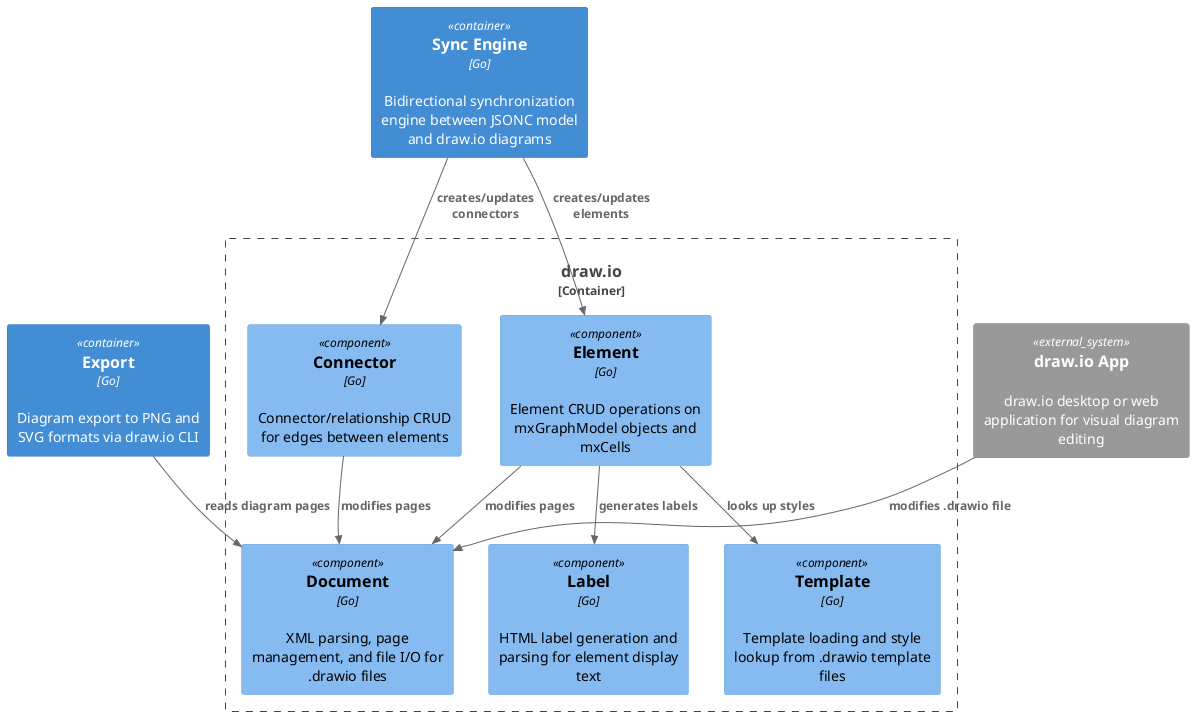
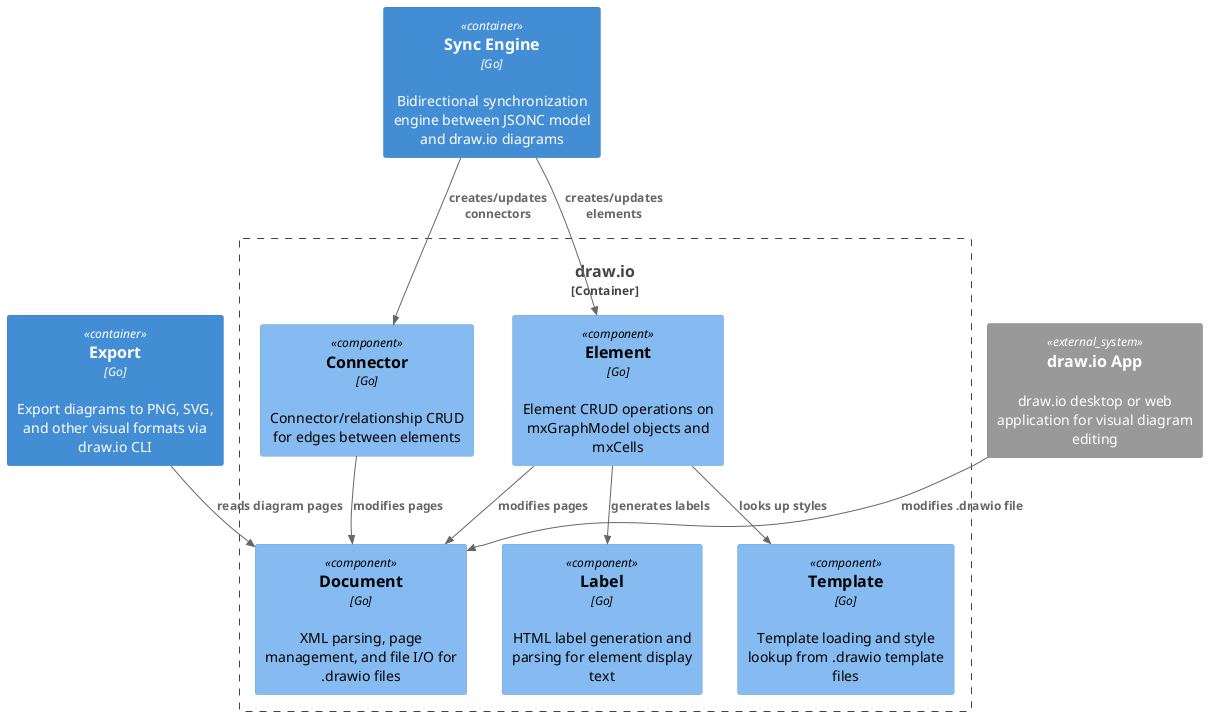
@startuml
!include <C4/C4_Component>

- Container(bausteinsicht_export, "Export", "Go", "Diagram export to PNG and SVG formats via draw.io CLI")
+ Container(bausteinsicht_export, "Export", "Go", "Export diagrams to PNG, SVG, and other visual formats via draw.io CLI")
Container(bausteinsicht_sync, "Sync Engine", "Go", "Bidirectional synchronization engine between JSONC model and draw.io diagrams")
System_Ext(drawio_app, "draw.io App", "draw.io desktop or web application for visual diagram editing")
Container_Boundary(bausteinsicht_drawio, "draw.io") {
  Component(bausteinsicht_drawio_connector, "Connector", "Go", "Connector/relationship CRUD for edges between elements")
  Component(bausteinsicht_drawio_document, "Document", "Go", "XML parsing, page management, and file I/O for .drawio files")
  Component(bausteinsicht_drawio_element, "Element", "Go", "Element CRUD operations on mxGraphModel objects and mxCells")
  Component(bausteinsicht_drawio_label, "Label", "Go", "HTML label generation and parsing for element display text")
  Component(bausteinsicht_drawio_template, "Template", "Go", "Template loading and style lookup from .drawio template files")
}

Rel(drawio_app, bausteinsicht_drawio_document, "modifies .drawio file")
Rel(bausteinsicht_sync, bausteinsicht_drawio_element, "creates/updates elements")
Rel(bausteinsicht_sync, bausteinsicht_drawio_connector, "creates/updates connectors")
Rel(bausteinsicht_drawio_element, bausteinsicht_drawio_label, "generates labels")
Rel(bausteinsicht_drawio_element, bausteinsicht_drawio_template, "looks up styles")
Rel(bausteinsicht_drawio_element, bausteinsicht_drawio_document, "modifies pages")
Rel(bausteinsicht_drawio_connector, bausteinsicht_drawio_document, "modifies pages")
Rel(bausteinsicht_export, bausteinsicht_drawio_document, "reads diagram pages")
@enduml
